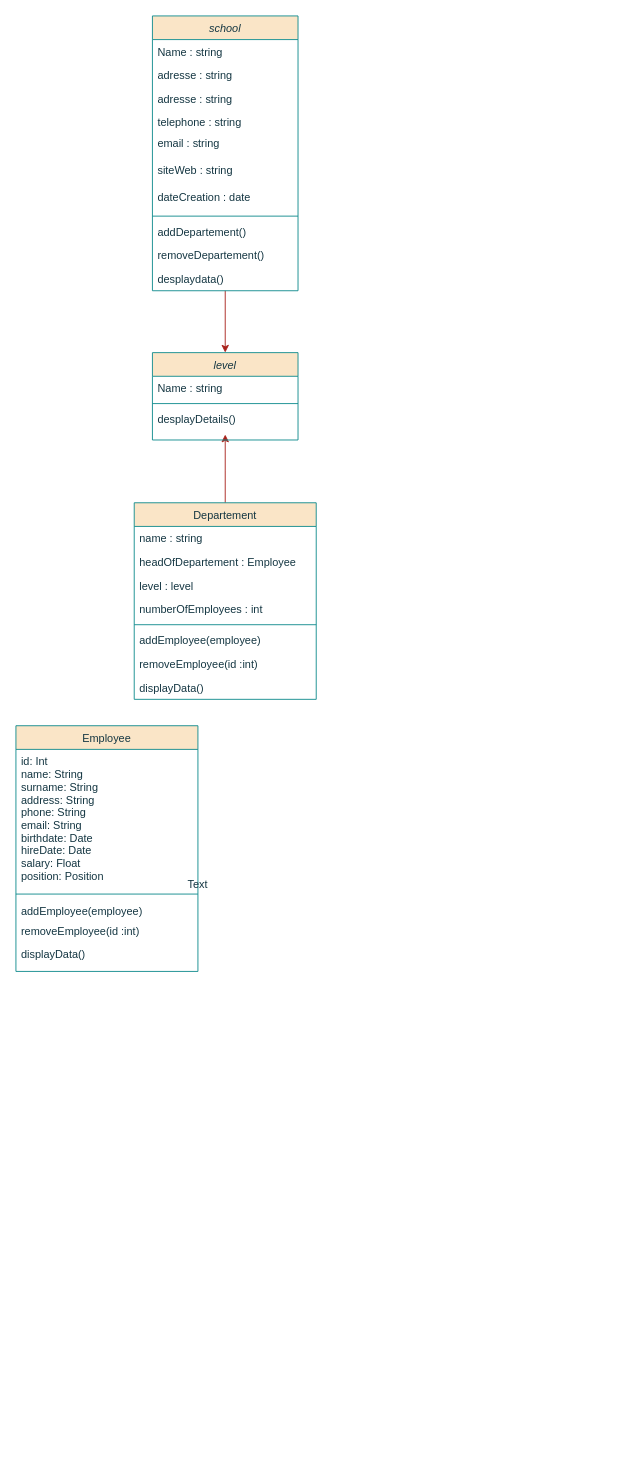
ismail-en-niou/big-data keeps this draw.io diagram as Untitled Diagram.drawio. Above is the earlier version. Source tidied: cells renumbered, new cells numbered last; positions are measured from the earlier drawing's top-left corner, leaving out a move shared by most shapes. Both pictures are drawn from the tidied source at 91%, with x=0, y=0 at pixel (15, 15).
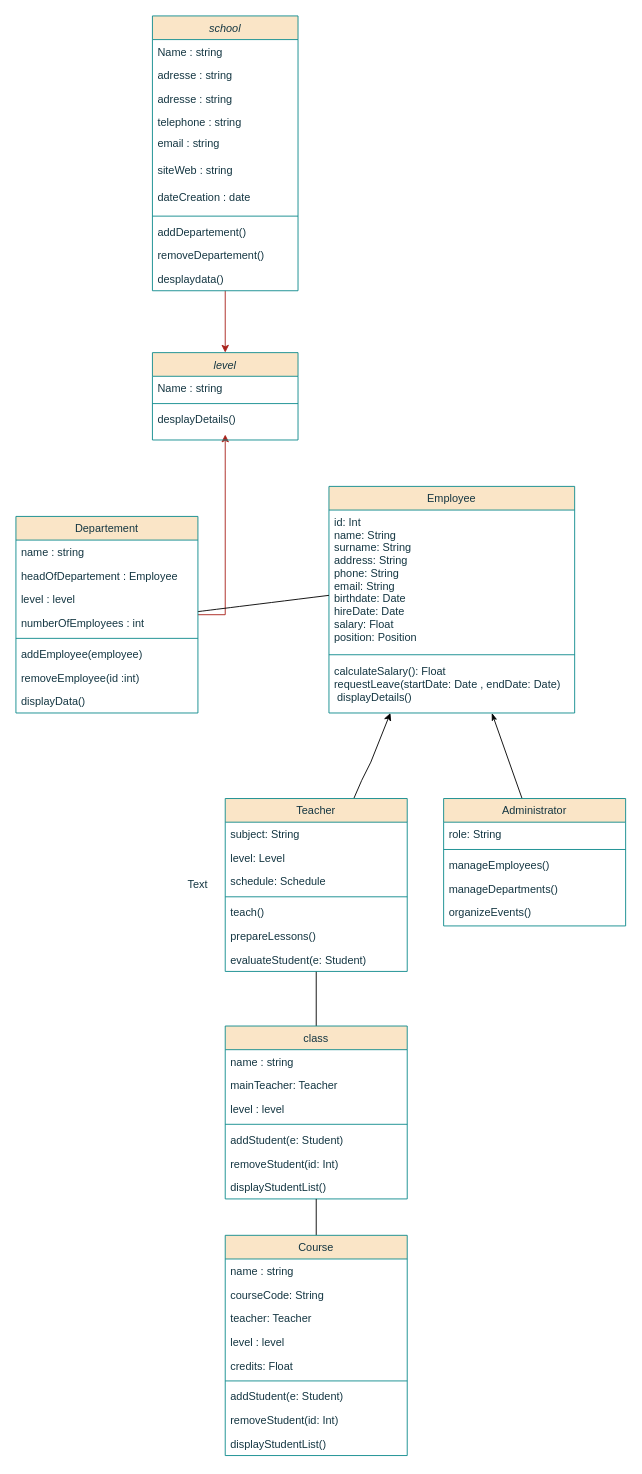
Above is the later version.

Unchanged cells that the change refers to:
```xml
<mxCell id="20" value="numberOfEmployees : int" style="text;align=left;verticalAlign=top;spacingLeft=4;spacingRight=4;overflow=hidden;points=[[0,0.5],[1,0.5]];portConstraint=eastwest;rounded=0;shadow=0;html=0;labelBackgroundColor=none;fontColor=#143642;" parent="16" vertex="1">
  <mxGeometry y="104" width="200" height="26" as="geometry" />
</mxCell>
```

The edit, as a diff of the source:
```diff
@@
     <mxCell id="16" value="Departement" style="swimlane;fontStyle=0;align=center;verticalAlign=top;horizontal=1;startSize=26;rounded=0;shadow=0;strokeWidth=1;labelBackgroundColor=none;fillColor=#FAE5C7;strokeColor=#0F8B8D;fontColor=#143642;" parent="1" vertex="1">
-      <mxGeometry x="130" y="535" width="200" height="216" as="geometry" />
+      <mxGeometry y="550" width="200" height="216" as="geometry" />
     </mxCell>
@@
+    <mxCell id="36" style="edgeStyle=none;rounded=0;jettySize=auto;html=1;startArrow=classicThin;startFill=1;" parent="1" edge="1" source="29" target="49">
+      <mxGeometry relative="1" as="geometry" />
+    </mxCell>
     <mxCell id="29" value="Employee" style="swimlane;fontStyle=0;align=center;verticalAlign=top;horizontal=1;startSize=26;rounded=0;shadow=0;strokeWidth=1;labelBackgroundColor=none;fillColor=#FAE5C7;strokeColor=#0F8B8D;fontColor=#143642;" parent="1" vertex="1">
-      <mxGeometry y="780" width="200" height="270" as="geometry" />
+      <mxGeometry x="344" y="517" width="270" height="249" as="geometry" />
     </mxCell>
     <mxCell id="30" value=" id: Int&#10;name: String&#10;surname: String&#10;address: String&#10;phone: String&#10;email: String &#10;birthdate: Date &#10;hireDate: Date&#10;salary: Float&#10;position: Position" style="text;align=left;verticalAlign=top;spacingLeft=4;spacingRight=4;overflow=hidden;points=[[0,0.5],[1,0.5]];portConstraint=eastwest;rounded=0;shadow=0;html=0;labelBackgroundColor=none;fontColor=#143642;" parent="29" vertex="1">
-      <mxGeometry y="26" width="200" height="154" as="geometry" />
+      <mxGeometry y="26" width="270" height="154" as="geometry" />
     </mxCell>
     <mxCell id="31" style="line;html=1;strokeWidth=1;align=left;verticalAlign=middle;spacingTop=-1;spacingLeft=3;spacingRight=3;labelPosition=right;labelBackgroundColor=none;fillColor=#FAE5C7;strokeColor=#0F8B8D;fontColor=#143642;" parent="29" vertex="1">
-      <mxGeometry y="180" width="200" height="10" as="geometry" />
+      <mxGeometry y="180" width="270" height="10" as="geometry" />
     </mxCell>
-    <mxCell id="32" value="addEmployee(employee)" style="text;align=left;verticalAlign=top;spacingLeft=4;spacingRight=4;overflow=hidden;labelBackgroundColor=none;fontColor=#143642;" parent="29" vertex="1">
-      <mxGeometry y="190" width="200" height="22" as="geometry" />
+    <mxCell id="32" value="calculateSalary(): Float &#10;requestLeave(startDate: Date , endDate: Date)&#10; displayDetails()  " style="text;align=left;verticalAlign=top;spacingLeft=4;spacingRight=4;overflow=hidden;labelBackgroundColor=none;fontColor=#143642;" parent="29" vertex="1">
+      <mxGeometry y="190" width="270" height="50" as="geometry" />
     </mxCell>
-    <mxCell id="33" value="removeEmployee(id :int)" style="text;align=left;verticalAlign=top;spacingLeft=4;spacingRight=4;overflow=hidden;labelBackgroundColor=none;fontColor=#143642;" parent="29" vertex="1">
-      <mxGeometry y="212" width="200" height="26" as="geometry" />
-    </mxCell>
-    <mxCell id="34" value="displayData()" style="text;align=left;verticalAlign=top;spacingLeft=4;spacingRight=4;overflow=hidden;labelBackgroundColor=none;fontColor=#143642;" parent="29" vertex="1">
-      <mxGeometry y="238" width="200" height="26" as="geometry" />
-    </mxCell>
@@
+    <mxCell id="37" style="edgeStyle=none;rounded=0;jettySize=auto;html=1;strokeColor=default;curved=1;startArrow=none;startFill=0;endArrow=none;endFill=0;" parent="1" edge="1" source="20" target="30">
+      <mxGeometry relative="1" as="geometry" />
+    </mxCell>
+    <mxCell id="38" style="edgeStyle=none;rounded=0;jettySize=auto;html=1;entryX=0.25;entryY=1;entryDx=0;entryDy=0;" parent="1" edge="1" source="40" target="29">
+      <mxGeometry relative="1" as="geometry">
+        <Array as="points">
+          <mxPoint x="380" y="840" />
+          <mxPoint x="390" y="820" />
+        </Array>
+      </mxGeometry>
+    </mxCell>
+    <mxCell id="39" style="edgeStyle=none;rounded=0;jettySize=auto;html=1;entryX=0.5;entryY=0;entryDx=0;entryDy=0;endArrow=none;endFill=0;" parent="1" edge="1" source="40" target="54">
+      <mxGeometry relative="1" as="geometry" />
+    </mxCell>
+    <mxCell id="40" value="Teacher" style="swimlane;fontStyle=0;align=center;verticalAlign=top;horizontal=1;startSize=26;rounded=0;shadow=0;strokeWidth=1;labelBackgroundColor=none;fillColor=#FAE5C7;strokeColor=#0F8B8D;fontColor=#143642;" parent="1" vertex="1">
+      <mxGeometry x="230" y="860" width="200" height="190" as="geometry" />
+    </mxCell>
+    <mxCell id="41" value=" subject: String" style="text;align=left;verticalAlign=top;spacingLeft=4;spacingRight=4;overflow=hidden;rounded=0;shadow=0;html=0;labelBackgroundColor=none;fontColor=#143642;" parent="40" vertex="1">
+      <mxGeometry y="26" width="200" height="26" as="geometry" />
+    </mxCell>
+    <mxCell id="42" value=" level: Level" style="text;align=left;verticalAlign=top;spacingLeft=4;spacingRight=4;overflow=hidden;rounded=0;shadow=0;html=0;labelBackgroundColor=none;fontColor=#143642;" parent="40" vertex="1">
+      <mxGeometry y="52" width="200" height="26" as="geometry" />
+    </mxCell>
+    <mxCell id="43" value="schedule: Schedule " style="text;align=left;verticalAlign=top;spacingLeft=4;spacingRight=4;overflow=hidden;rounded=0;shadow=0;html=0;labelBackgroundColor=none;fontColor=#143642;" parent="40" vertex="1">
+      <mxGeometry y="78" width="200" height="26" as="geometry" />
+    </mxCell>
+    <mxCell id="44" style="line;html=1;strokeWidth=1;align=left;verticalAlign=middle;spacingTop=-1;spacingLeft=3;spacingRight=3;labelPosition=right;labelBackgroundColor=none;fillColor=#FAE5C7;strokeColor=#0F8B8D;fontColor=#143642;" parent="40" vertex="1">
+      <mxGeometry y="104" width="200" height="8" as="geometry" />
+    </mxCell>
+    <mxCell id="45" value="teach()" style="text;align=left;verticalAlign=top;spacingLeft=4;spacingRight=4;overflow=hidden;labelBackgroundColor=none;fontColor=#143642;" parent="40" vertex="1">
+      <mxGeometry y="112" width="200" height="26" as="geometry" />
+    </mxCell>
+    <mxCell id="46" value="prepareLessons()" style="text;align=left;verticalAlign=top;spacingLeft=4;spacingRight=4;overflow=hidden;labelBackgroundColor=none;fontColor=#143642;" parent="40" vertex="1">
+      <mxGeometry y="138" width="200" height="26" as="geometry" />
+    </mxCell>
+    <mxCell id="47" value="evaluateStudent(e: Student)" style="text;align=left;verticalAlign=top;spacingLeft=4;spacingRight=4;overflow=hidden;labelBackgroundColor=none;fontColor=#143642;" parent="40" vertex="1">
+      <mxGeometry y="164" width="200" height="26" as="geometry" />
+    </mxCell>
+    <mxCell id="48" value="Administrator     " style="swimlane;fontStyle=0;align=center;verticalAlign=top;horizontal=1;startSize=26;rounded=0;shadow=0;strokeWidth=1;labelBackgroundColor=none;fillColor=#FAE5C7;strokeColor=#0F8B8D;fontColor=#143642;" parent="1" vertex="1">
+      <mxGeometry x="470" y="860" width="200" height="140" as="geometry" />
+    </mxCell>
+    <mxCell id="49" value=" role: String" style="text;align=left;verticalAlign=top;spacingLeft=4;spacingRight=4;overflow=hidden;points=[[0,0.5],[1,0.5]];portConstraint=eastwest;rounded=0;shadow=0;html=0;labelBackgroundColor=none;fontColor=#143642;" parent="48" vertex="1">
+      <mxGeometry y="26" width="200" height="26" as="geometry" />
+    </mxCell>
+    <mxCell id="50" style="line;html=1;strokeWidth=1;align=left;verticalAlign=middle;spacingTop=-1;spacingLeft=3;spacingRight=3;labelPosition=right;labelBackgroundColor=none;fillColor=#FAE5C7;strokeColor=#0F8B8D;fontColor=#143642;" parent="48" vertex="1">
+      <mxGeometry y="52" width="200" height="8" as="geometry" />
+    </mxCell>
+    <mxCell id="51" value="manageEmployees() " style="text;align=left;verticalAlign=top;spacingLeft=4;spacingRight=4;overflow=hidden;labelBackgroundColor=none;fontColor=#143642;" parent="48" vertex="1">
+      <mxGeometry y="60" width="200" height="26" as="geometry" />
+    </mxCell>
+    <mxCell id="52" value="manageDepartments()" style="text;align=left;verticalAlign=top;spacingLeft=4;spacingRight=4;overflow=hidden;labelBackgroundColor=none;fontColor=#143642;" parent="48" vertex="1">
+      <mxGeometry y="86" width="200" height="26" as="geometry" />
+    </mxCell>
+    <mxCell id="53" value="organizeEvents()" style="text;align=left;verticalAlign=top;spacingLeft=4;spacingRight=4;overflow=hidden;labelBackgroundColor=none;fontColor=#143642;" parent="48" vertex="1">
+      <mxGeometry y="112" width="200" height="26" as="geometry" />
+    </mxCell>
+    <mxCell id="54" value="class" style="swimlane;fontStyle=0;align=center;verticalAlign=top;horizontal=1;startSize=26;rounded=0;shadow=0;strokeWidth=1;labelBackgroundColor=none;fillColor=#FAE5C7;strokeColor=#0F8B8D;fontColor=#143642;" parent="1" vertex="1">
+      <mxGeometry x="230" y="1110" width="200" height="190" as="geometry" />
+    </mxCell>
+    <mxCell id="55" value="name : string " style="text;align=left;verticalAlign=top;spacingLeft=4;spacingRight=4;overflow=hidden;rounded=0;shadow=0;html=0;labelBackgroundColor=none;fontColor=#143642;" parent="54" vertex="1">
+      <mxGeometry y="26" width="200" height="26" as="geometry" />
+    </mxCell>
+    <mxCell id="56" value="mainTeacher: Teacher" style="text;align=left;verticalAlign=top;spacingLeft=4;spacingRight=4;overflow=hidden;rounded=0;shadow=0;html=0;labelBackgroundColor=none;fontColor=#143642;" parent="54" vertex="1">
+      <mxGeometry y="52" width="200" height="26" as="geometry" />
+    </mxCell>
+    <mxCell id="57" value="level : level " style="text;align=left;verticalAlign=top;spacingLeft=4;spacingRight=4;overflow=hidden;rounded=0;shadow=0;html=0;labelBackgroundColor=none;fontColor=#143642;" parent="54" vertex="1">
+      <mxGeometry y="78" width="200" height="26" as="geometry" />
+    </mxCell>
+    <mxCell id="58" style="line;html=1;strokeWidth=1;align=left;verticalAlign=middle;spacingTop=-1;spacingLeft=3;spacingRight=3;labelPosition=right;labelBackgroundColor=none;fillColor=#FAE5C7;strokeColor=#0F8B8D;fontColor=#143642;" parent="54" vertex="1">
+      <mxGeometry y="104" width="200" height="8" as="geometry" />
+    </mxCell>
+    <mxCell id="59" value="addStudent(e: Student)" style="text;align=left;verticalAlign=top;spacingLeft=4;spacingRight=4;overflow=hidden;labelBackgroundColor=none;fontColor=#143642;" parent="54" vertex="1">
+      <mxGeometry y="112" width="200" height="26" as="geometry" />
+    </mxCell>
+    <mxCell id="60" value="removeStudent(id: Int)" style="text;align=left;verticalAlign=top;spacingLeft=4;spacingRight=4;overflow=hidden;labelBackgroundColor=none;fontColor=#143642;" parent="54" vertex="1">
+      <mxGeometry y="138" width="200" height="26" as="geometry" />
+    </mxCell>
+    <mxCell id="61" value="displayStudentList()" style="text;align=left;verticalAlign=top;spacingLeft=4;spacingRight=4;overflow=hidden;points=[[0,0.5],[1,0.5]];portConstraint=eastwest;labelBackgroundColor=none;fontColor=#143642;" parent="54" vertex="1">
+      <mxGeometry y="164" width="200" height="26" as="geometry" />
+    </mxCell>
+    <mxCell id="62" style="edgeStyle=none;rounded=0;jettySize=auto;html=1;endArrow=none;endFill=0;" parent="1" edge="1" source="63" target="61">
+      <mxGeometry relative="1" as="geometry" />
+    </mxCell>
+    <mxCell id="63" value=" Course  " style="swimlane;fontStyle=0;align=center;verticalAlign=top;horizontal=1;startSize=26;rounded=0;shadow=0;strokeWidth=1;labelBackgroundColor=none;fillColor=#FAE5C7;strokeColor=#0F8B8D;fontColor=#143642;" parent="1" vertex="1">
+      <mxGeometry x="230" y="1340" width="200" height="242" as="geometry" />
+    </mxCell>
+    <mxCell id="64" value="name : string " style="text;align=left;verticalAlign=top;spacingLeft=4;spacingRight=4;overflow=hidden;rounded=0;shadow=0;html=0;labelBackgroundColor=none;fontColor=#143642;" parent="63" vertex="1">
+      <mxGeometry y="26" width="200" height="26" as="geometry" />
+    </mxCell>
+    <mxCell id="65" value="courseCode: String" style="text;align=left;verticalAlign=top;spacingLeft=4;spacingRight=4;overflow=hidden;rounded=0;shadow=0;html=0;labelBackgroundColor=none;fontColor=#143642;" parent="63" vertex="1">
+      <mxGeometry y="52" width="200" height="26" as="geometry" />
+    </mxCell>
+    <mxCell id="66" value="teacher: Teacher " style="text;align=left;verticalAlign=top;spacingLeft=4;spacingRight=4;overflow=hidden;rounded=0;shadow=0;html=0;labelBackgroundColor=none;fontColor=#143642;" parent="63" vertex="1">
+      <mxGeometry y="78" width="200" height="26" as="geometry" />
+    </mxCell>
+    <mxCell id="67" value="level : level " style="text;align=left;verticalAlign=top;spacingLeft=4;spacingRight=4;overflow=hidden;rounded=0;shadow=0;html=0;labelBackgroundColor=none;fontColor=#143642;" parent="63" vertex="1">
+      <mxGeometry y="104" width="200" height="26" as="geometry" />
+    </mxCell>
+    <mxCell id="68" value="credits: Float  " style="text;align=left;verticalAlign=top;spacingLeft=4;spacingRight=4;overflow=hidden;rounded=0;shadow=0;html=0;labelBackgroundColor=none;fontColor=#143642;" parent="63" vertex="1">
+      <mxGeometry y="130" width="200" height="26" as="geometry" />
+    </mxCell>
+    <mxCell id="69" style="line;html=1;strokeWidth=1;align=left;verticalAlign=middle;spacingTop=-1;spacingLeft=3;spacingRight=3;labelPosition=right;labelBackgroundColor=none;fillColor=#FAE5C7;strokeColor=#0F8B8D;fontColor=#143642;" parent="63" vertex="1">
+      <mxGeometry y="156" width="200" height="8" as="geometry" />
+    </mxCell>
+    <mxCell id="70" value="addStudent(e: Student)" style="text;align=left;verticalAlign=top;spacingLeft=4;spacingRight=4;overflow=hidden;labelBackgroundColor=none;fontColor=#143642;" parent="63" vertex="1">
+      <mxGeometry y="164" width="200" height="26" as="geometry" />
+    </mxCell>
+    <mxCell id="71" value="removeStudent(id: Int)" style="text;align=left;verticalAlign=top;spacingLeft=4;spacingRight=4;overflow=hidden;labelBackgroundColor=none;fontColor=#143642;" parent="63" vertex="1">
+      <mxGeometry y="190" width="200" height="26" as="geometry" />
+    </mxCell>
+    <mxCell id="72" value="displayStudentList()" style="text;align=left;verticalAlign=top;spacingLeft=4;spacingRight=4;overflow=hidden;labelBackgroundColor=none;fontColor=#143642;" parent="63" vertex="1">
+      <mxGeometry y="216" width="200" height="26" as="geometry" />
+    </mxCell>
```
